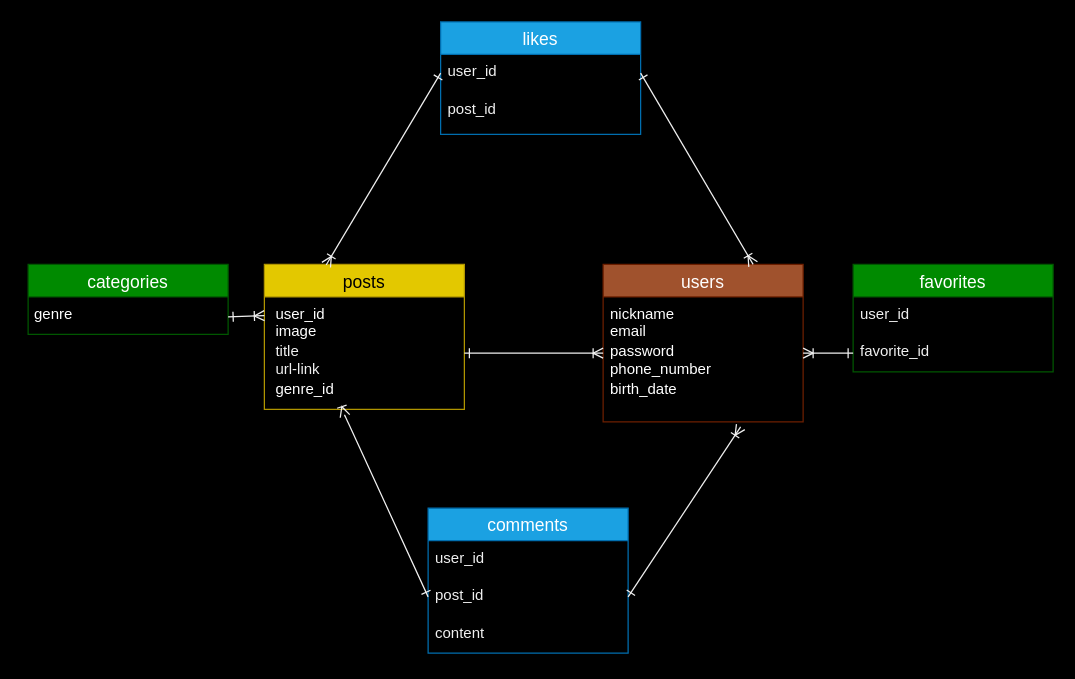
Before: ER.dio in k-en7188i/original-app1, a draw.io diagram. Source tidied: cells renumbered, new cells numbered last; positions are measured from the earlier drawing's top-left corner, leaving out a move shared by most shapes. Both pictures are drawn from the tidied source at 125%, with x=0, y=0 at pixel (21, 21).
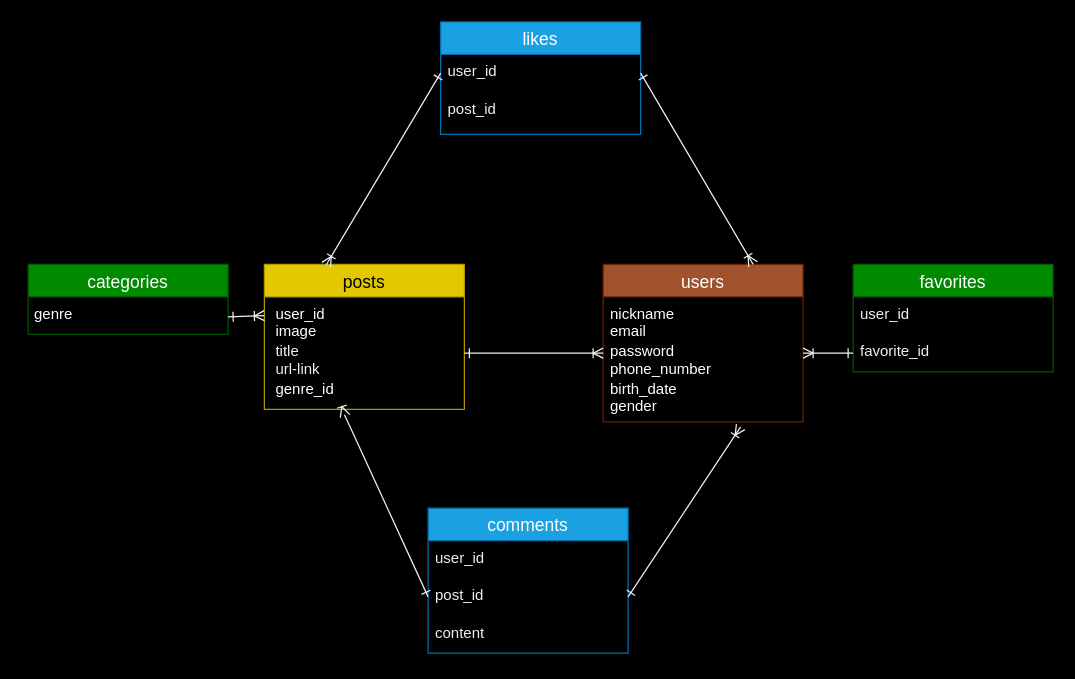
The same diagram, later.

The change refers to these unchanged cells:
```xml
<mxCell id="13" value="users" style="swimlane;fontStyle=0;horizontal=1;startSize=26;align=center;fontSize=14;fillColor=#a0522d;fontColor=#ffffff;strokeColor=#6D1F00;" parent="1" vertex="1">
  <mxGeometry x="465" y="194" width="160" height="126" as="geometry" />
</mxCell>
```

Diff of the diagram source:
```diff
@@
-    <mxCell id="16" value="birth_date&#10;" style="text;strokeColor=none;fillColor=none;spacingLeft=4;spacingRight=4;overflow=hidden;fontSize=12;fontColor=#FFFFFF;" parent="13" vertex="1">
+    <mxCell id="16" value="birth_date&#10;gender" style="text;strokeColor=none;fillColor=none;spacingLeft=4;spacingRight=4;overflow=hidden;fontSize=12;fontColor=#FFFFFF;" parent="13" vertex="1">
       <mxGeometry y="86" width="160" height="40" as="geometry" />
     </mxCell>
```
